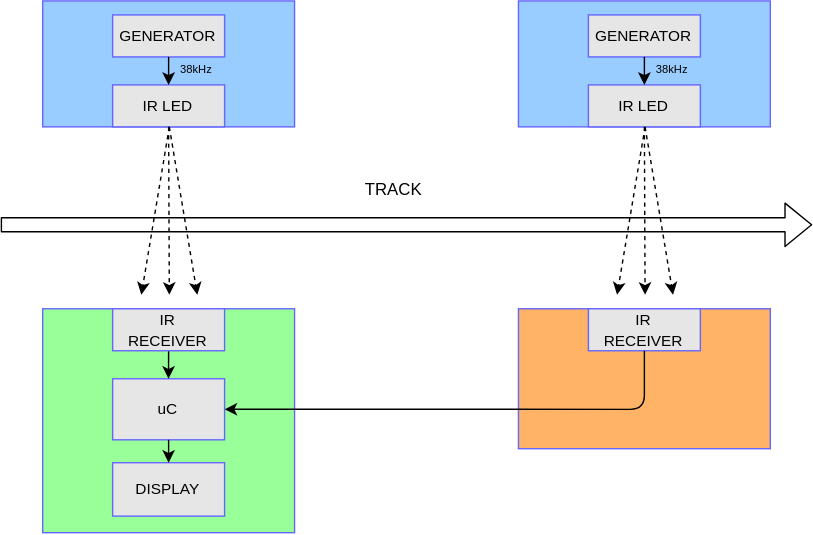
Dominik-Workshop/lap-timer keeps this draw.io diagram as block-diagram.drawio.svg. Above is the earlier version. Source tidied: cells renumbered, new cells last; positions are measured from the earlier drawing's top-left corner, leaving out a move shared by most shapes.
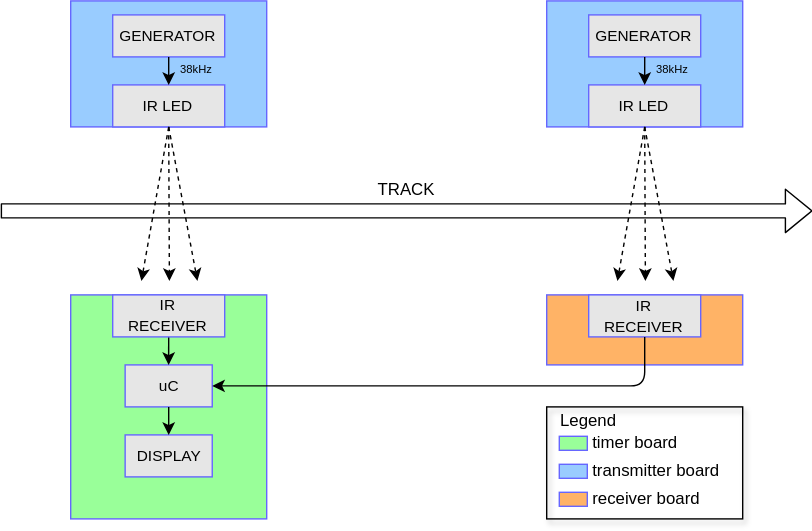
After the change.

Commit message:
[#1] Improve block diagram

Change to the diagram source:
```diff
@@ -3,37 +3,37 @@
     <mxCell id="0" />
     <mxCell id="1" parent="0" />
     <mxCell id="2" style="group;fillColor=#FFB366;" parent="1" vertex="1">
-      <mxGeometry x="370" y="220" width="180" height="100" as="geometry" />
+      <mxGeometry x="390" y="220" width="140" height="50" as="geometry" />
     </mxCell>
     <mxCell id="3" style="rounded=0;whiteSpace=wrap;html=1;fillColor=#FFB366;shadow=0;strokeColor=#6666FF;" parent="2" vertex="1">
-      <mxGeometry width="180" height="100" as="geometry" />
+      <mxGeometry width="140" height="50" as="geometry" />
     </mxCell>
     <mxCell id="4" style="rounded=0;whiteSpace=wrap;html=1;fillColor=#99CCFF;shadow=0;strokeColor=#6666FF;" parent="1" vertex="1">
-      <mxGeometry x="30" width="180" height="90" as="geometry" />
+      <mxGeometry x="50" y="10" width="140" height="90" as="geometry" />
     </mxCell>
     <mxCell id="5" style="group;fillColor=#99FF99;" parent="1" vertex="1">
-      <mxGeometry x="30" y="220" width="180" height="160" as="geometry" />
+      <mxGeometry x="50" y="220" width="140" height="160" as="geometry" />
     </mxCell>
     <mxCell id="6" style="rounded=0;whiteSpace=wrap;html=1;fillColor=#99FF99;shadow=0;strokeColor=#6666FF;" parent="5" vertex="1">
-      <mxGeometry width="180" height="160" as="geometry" />
+      <mxGeometry width="140" height="160" as="geometry" />
     </mxCell>
     <mxCell id="7" style="group;fillColor=none;" parent="5" vertex="1">
-      <mxGeometry x="50" y="50" width="80" height="43.6" as="geometry" />
+      <mxGeometry x="38.9" y="40" width="62.2" height="40" as="geometry" />
     </mxCell>
     <mxCell id="8" style="rounded=0;whiteSpace=wrap;html=1;fillColor=#E6E6E6;shadow=0;strokeColor=#6666FF;" parent="7" vertex="1">
-      <mxGeometry width="80" height="43.6" as="geometry" />
+      <mxGeometry y="10" width="62.2" height="30" as="geometry" />
     </mxCell>
     <mxCell id="9" value="&lt;font style=&quot;font-size: 11px;&quot; color=&quot;#000000&quot;&gt;uC&lt;br&gt;&lt;/font&gt;" style="text;html=1;strokeColor=none;fillColor=none;align=center;verticalAlign=middle;whiteSpace=wrap;rounded=0;shadow=1;" parent="7" vertex="1">
-      <mxGeometry x="16.5" y="10.9" width="47.1" height="21.8" as="geometry" />
+      <mxGeometry x="12.8" y="16.6" width="36.6" height="16.8" as="geometry" />
     </mxCell>
     <mxCell id="10" style="group;fillColor=none;" parent="5" vertex="1">
-      <mxGeometry x="50" y="110" width="80" height="38.2" as="geometry" />
+      <mxGeometry x="38.9" y="100" width="62.2" height="38.2" as="geometry" />
     </mxCell>
     <mxCell id="11" style="rounded=0;whiteSpace=wrap;html=1;fillColor=#E6E6E6;shadow=0;strokeColor=#6666FF;" parent="10" vertex="1">
-      <mxGeometry width="80" height="38.2" as="geometry" />
+      <mxGeometry width="62.2" height="30" as="geometry" />
     </mxCell>
     <mxCell id="12" value="&lt;font style=&quot;font-size: 11px;&quot; color=&quot;#000000&quot;&gt;DISPLAY&lt;br&gt;&lt;/font&gt;" style="text;html=1;strokeColor=none;fillColor=none;align=center;verticalAlign=middle;whiteSpace=wrap;rounded=0;shadow=1;" parent="10" vertex="1">
-      <mxGeometry x="16.5" y="9.5" width="47.1" height="19.1" as="geometry" />
+      <mxGeometry x="12.8" y="5.5" width="36.6" height="19.1" as="geometry" />
     </mxCell>
     <mxCell id="13" style="edgeStyle=none;html=1;exitX=0.5;exitY=1;exitDx=0;exitDy=0;entryX=0.5;entryY=0;entryDx=0;entryDy=0;" parent="5" edge="1" source="8" target="11">
       <mxGeometry relative="1" as="geometry" />
@@ -50,10 +50,10 @@
       <mxGeometry width="80" height="30" as="geometry" />
     </mxCell>
     <mxCell id="17" value="&lt;font style=&quot;font-size: 11px;&quot; color=&quot;#000000&quot;&gt;IR RECEIVER&lt;/font&gt;" style="text;html=1;strokeColor=none;fillColor=none;align=center;verticalAlign=middle;whiteSpace=wrap;rounded=0;shadow=1;" parent="14" vertex="1">
-      <mxGeometry x="16.5" y="7.5" width="47.1" height="15" as="geometry" />
+      <mxGeometry x="16.5" y="-2.5" width="47.1" height="32.5" as="geometry" />
     </mxCell>
     <mxCell id="18" style="group;" parent="1" vertex="1">
-      <mxGeometry x="80" y="60" width="80" height="30" as="geometry" />
+      <mxGeometry x="80" y="70" width="80" height="30" as="geometry" />
     </mxCell>
     <mxCell id="19" style="rounded=0;whiteSpace=wrap;html=1;fillColor=#E6E6E6;shadow=0;strokeColor=#6666FF;" parent="18" vertex="1">
       <mxGeometry width="80" height="30" as="geometry" />
@@ -61,25 +61,26 @@
     <mxCell id="20" value="&lt;font style=&quot;font-size: 11px;&quot; color=&quot;#000000&quot;&gt;IR LED&lt;br&gt;&lt;/font&gt;" style="text;html=1;strokeColor=none;fillColor=none;align=center;verticalAlign=middle;whiteSpace=wrap;rounded=0;shadow=1;" parent="18" vertex="1">
       <mxGeometry x="20.4" y="7.5" width="39.2" height="15" as="geometry" />
     </mxCell>
-    <mxCell id="21" style="html=1;exitX=0.5;exitY=1;exitDx=0;exitDy=0;strokeColor=#000000;dashed=1;" parent="1" edge="1" source="19">
+    <mxCell id="21" style="html=1;strokeColor=#000000;dashed=1;" parent="1" edge="1">
       <mxGeometry relative="1" as="geometry">
+        <mxPoint x="120" y="100" as="sourcePoint" />
         <mxPoint x="120.5" y="210" as="targetPoint" />
       </mxGeometry>
     </mxCell>
     <mxCell id="22" style="html=1;strokeColor=#000000;rounded=0;dashed=1;" parent="1" edge="1">
       <mxGeometry relative="1" as="geometry">
-        <mxPoint x="120.5" y="90" as="sourcePoint" />
+        <mxPoint x="120" y="100" as="sourcePoint" />
         <mxPoint x="140.5" y="210" as="targetPoint" />
       </mxGeometry>
     </mxCell>
     <mxCell id="23" style="html=1;strokeColor=#000000;rounded=0;dashed=1;" parent="1" edge="1">
       <mxGeometry relative="1" as="geometry">
-        <mxPoint x="120.5" y="90" as="sourcePoint" />
+        <mxPoint x="120" y="100" as="sourcePoint" />
         <mxPoint x="100.5" y="210" as="targetPoint" />
       </mxGeometry>
     </mxCell>
     <mxCell id="24" style="group;" parent="1" vertex="1">
-      <mxGeometry x="80" y="10" width="80" height="30" as="geometry" />
+      <mxGeometry x="80" y="20" width="80" height="30" as="geometry" />
     </mxCell>
     <mxCell id="25" style="rounded=0;whiteSpace=wrap;html=1;fillColor=#E6E6E6;shadow=0;strokeColor=#6666FF;" parent="24" vertex="1">
       <mxGeometry width="80" height="30" as="geometry" />
@@ -91,10 +92,10 @@
       <mxGeometry relative="1" as="geometry" />
     </mxCell>
     <mxCell id="28" value="&lt;font style=&quot;font-size: 8px;&quot;&gt;38kHz&lt;/font&gt;" style="text;html=1;strokeColor=none;fillColor=none;align=center;verticalAlign=middle;whiteSpace=wrap;rounded=0;shadow=1;fontColor=#000000;" parent="1" vertex="1">
-      <mxGeometry x="130" y="40" width="20" height="15" as="geometry" />
+      <mxGeometry x="130" y="50" width="20" height="15" as="geometry" />
     </mxCell>
     <mxCell id="29" style="rounded=0;whiteSpace=wrap;html=1;fillColor=#99CCFF;shadow=0;strokeColor=#6666FF;" parent="1" vertex="1">
-      <mxGeometry x="370" width="180" height="90" as="geometry" />
+      <mxGeometry x="390" y="10" width="140" height="90" as="geometry" />
     </mxCell>
     <mxCell id="30" style="group;fillColor=none;" parent="1" vertex="1">
       <mxGeometry x="420" y="220" width="80" height="30" as="geometry" />
@@ -103,10 +104,10 @@
       <mxGeometry width="80" height="30" as="geometry" />
     </mxCell>
     <mxCell id="32" value="&lt;font style=&quot;font-size: 11px;&quot; color=&quot;#000000&quot;&gt;IR RECEIVER&lt;/font&gt;" style="text;html=1;strokeColor=none;fillColor=none;align=center;verticalAlign=middle;whiteSpace=wrap;rounded=0;shadow=1;" parent="30" vertex="1">
-      <mxGeometry x="16.5" y="7.5" width="47.1" height="15" as="geometry" />
+      <mxGeometry x="16.5" y="3.8" width="47.1" height="22.5" as="geometry" />
     </mxCell>
     <mxCell id="33" style="group;" parent="1" vertex="1">
-      <mxGeometry x="420" y="60" width="80" height="30" as="geometry" />
+      <mxGeometry x="420" y="70" width="80" height="30" as="geometry" />
     </mxCell>
     <mxCell id="34" style="rounded=0;whiteSpace=wrap;html=1;fillColor=#E6E6E6;shadow=0;strokeColor=#6666FF;" parent="33" vertex="1">
       <mxGeometry width="80" height="30" as="geometry" />
@@ -114,25 +115,26 @@
     <mxCell id="35" value="&lt;font style=&quot;font-size: 11px;&quot; color=&quot;#000000&quot;&gt;IR LED&lt;br&gt;&lt;/font&gt;" style="text;html=1;strokeColor=none;fillColor=none;align=center;verticalAlign=middle;whiteSpace=wrap;rounded=0;shadow=1;" parent="33" vertex="1">
       <mxGeometry x="20.4" y="7.5" width="39.2" height="15" as="geometry" />
     </mxCell>
-    <mxCell id="36" style="html=1;exitX=0.5;exitY=1;exitDx=0;exitDy=0;strokeColor=#000000;dashed=1;" parent="1" edge="1" source="34">
+    <mxCell id="36" style="html=1;strokeColor=#000000;dashed=1;" parent="1" edge="1">
       <mxGeometry relative="1" as="geometry">
+        <mxPoint x="460" y="100" as="sourcePoint" />
         <mxPoint x="460.5" y="210" as="targetPoint" />
       </mxGeometry>
     </mxCell>
     <mxCell id="37" style="html=1;strokeColor=#000000;rounded=0;dashed=1;" parent="1" edge="1">
       <mxGeometry relative="1" as="geometry">
-        <mxPoint x="460.5" y="90" as="sourcePoint" />
+        <mxPoint x="460" y="100" as="sourcePoint" />
         <mxPoint x="480.5" y="210" as="targetPoint" />
       </mxGeometry>
     </mxCell>
     <mxCell id="38" style="html=1;strokeColor=#000000;rounded=0;dashed=1;" parent="1" edge="1">
       <mxGeometry relative="1" as="geometry">
-        <mxPoint x="460.5" y="90" as="sourcePoint" />
+        <mxPoint x="460" y="100" as="sourcePoint" />
         <mxPoint x="440.5" y="210" as="targetPoint" />
       </mxGeometry>
     </mxCell>
     <mxCell id="39" style="group;" parent="1" vertex="1">
-      <mxGeometry x="420" y="10" width="80" height="30" as="geometry" />
+      <mxGeometry x="420" y="20" width="80" height="30" as="geometry" />
     </mxCell>
     <mxCell id="40" style="rounded=0;whiteSpace=wrap;html=1;fillColor=#E6E6E6;shadow=0;strokeColor=#6666FF;" parent="39" vertex="1">
       <mxGeometry width="80" height="30" as="geometry" />
@@ -144,7 +146,7 @@
       <mxGeometry relative="1" as="geometry" />
     </mxCell>
     <mxCell id="43" value="&lt;font style=&quot;font-size: 8px;&quot;&gt;38kHz&lt;/font&gt;" style="text;html=1;strokeColor=none;fillColor=none;align=center;verticalAlign=middle;whiteSpace=wrap;rounded=0;shadow=1;fontColor=#000000;" parent="1" vertex="1">
-      <mxGeometry x="470" y="40" width="20" height="15" as="geometry" />
+      <mxGeometry x="470" y="50" width="20" height="15" as="geometry" />
     </mxCell>
     <mxCell id="44" style="edgeStyle=orthogonalEdgeStyle;html=1;exitX=0.5;exitY=1;exitDx=0;exitDy=0;entryX=1;entryY=0.5;entryDx=0;entryDy=0;" parent="1" edge="1" source="31" target="8">
       <mxGeometry relative="1" as="geometry" />
@@ -156,7 +158,40 @@
       </mxGeometry>
     </mxCell>
     <mxCell id="46" value="TRACK" style="text;html=1;align=center;verticalAlign=middle;whiteSpace=wrap;rounded=0;" parent="1" vertex="1">
-      <mxGeometry x="251" y="120" width="60" height="30" as="geometry" />
+      <mxGeometry x="260" y="140" width="60" height="10" as="geometry" />
     </mxCell>
+    <mxCell id="47" style="rounded=0;whiteSpace=wrap;html=1;shadow=1;strokeColor=#000000;fillColor=none;" parent="1" vertex="1">
+      <mxGeometry x="390" y="300" width="140" height="80" as="geometry" />
+    </mxCell>
+    <mxCell id="48" style="group;" parent="1" vertex="1">
+      <mxGeometry x="399" y="321" width="20" height="10" as="geometry" />
+    </mxCell>
+    <mxCell id="49" style="group;" parent="48" vertex="1">
+      <mxGeometry width="20" height="10" as="geometry" />
+    </mxCell>
+    <mxCell id="50" style="rounded=0;whiteSpace=wrap;html=1;fillColor=#99FF99;shadow=0;strokeColor=#6666FF;" parent="49" vertex="1">
+      <mxGeometry width="20" height="10" as="geometry" />
+    </mxCell>
+    <mxCell id="51" value="&lt;font color=&quot;#000000&quot;&gt;timer board&lt;/font&gt;" style="text;html=1;strokeColor=none;fillColor=none;align=left;verticalAlign=middle;whiteSpace=wrap;rounded=0;shadow=1;" parent="1" vertex="1">
+      <mxGeometry x="420.5" y="311" width="80" height="30" as="geometry" />
+    </mxCell>
+    <mxCell id="52" value="&lt;font color=&quot;#000000&quot;&gt;Legend&lt;/font&gt;" style="text;html=1;strokeColor=none;fillColor=none;align=center;verticalAlign=middle;whiteSpace=wrap;rounded=0;shadow=1;" parent="1" vertex="1">
+      <mxGeometry x="390" y="290" width="60" height="40" as="geometry" />
+    </mxCell>
+    <mxCell id="53" style="rounded=0;whiteSpace=wrap;html=1;fillColor=#99CCFF;shadow=0;strokeColor=#6666FF;" parent="1" vertex="1">
+      <mxGeometry x="399" y="341" width="20" height="10" as="geometry" />
+    </mxCell>
+    <mxCell id="54" value="&lt;font color=&quot;#000000&quot;&gt;transmitter board&lt;/font&gt;" style="text;html=1;strokeColor=none;fillColor=none;align=left;verticalAlign=middle;whiteSpace=wrap;rounded=0;shadow=1;" parent="1" vertex="1">
+      <mxGeometry x="420.5" y="331" width="99.5" height="30" as="geometry" />
+    </mxCell>
+    <mxCell id="55" value="&lt;font color=&quot;#000000&quot;&gt;receiver board&lt;/font&gt;" style="text;html=1;strokeColor=none;fillColor=none;align=left;verticalAlign=middle;whiteSpace=wrap;rounded=0;shadow=1;" parent="1" vertex="1">
+      <mxGeometry x="420.5" y="351" width="99.5" height="30" as="geometry" />
+    </mxCell>
+    <mxCell id="56" style="group;fillColor=#FFB366;" parent="1" vertex="1">
+      <mxGeometry x="399" y="361" width="20" height="10" as="geometry" />
+    </mxCell>
+    <mxCell id="57" style="rounded=0;whiteSpace=wrap;html=1;fillColor=#FFB366;shadow=0;strokeColor=#6666FF;" parent="56" vertex="1">
+      <mxGeometry width="20" height="10" as="geometry" />
+    </mxCell>
   </root>
 </mxGraphModel>
```
